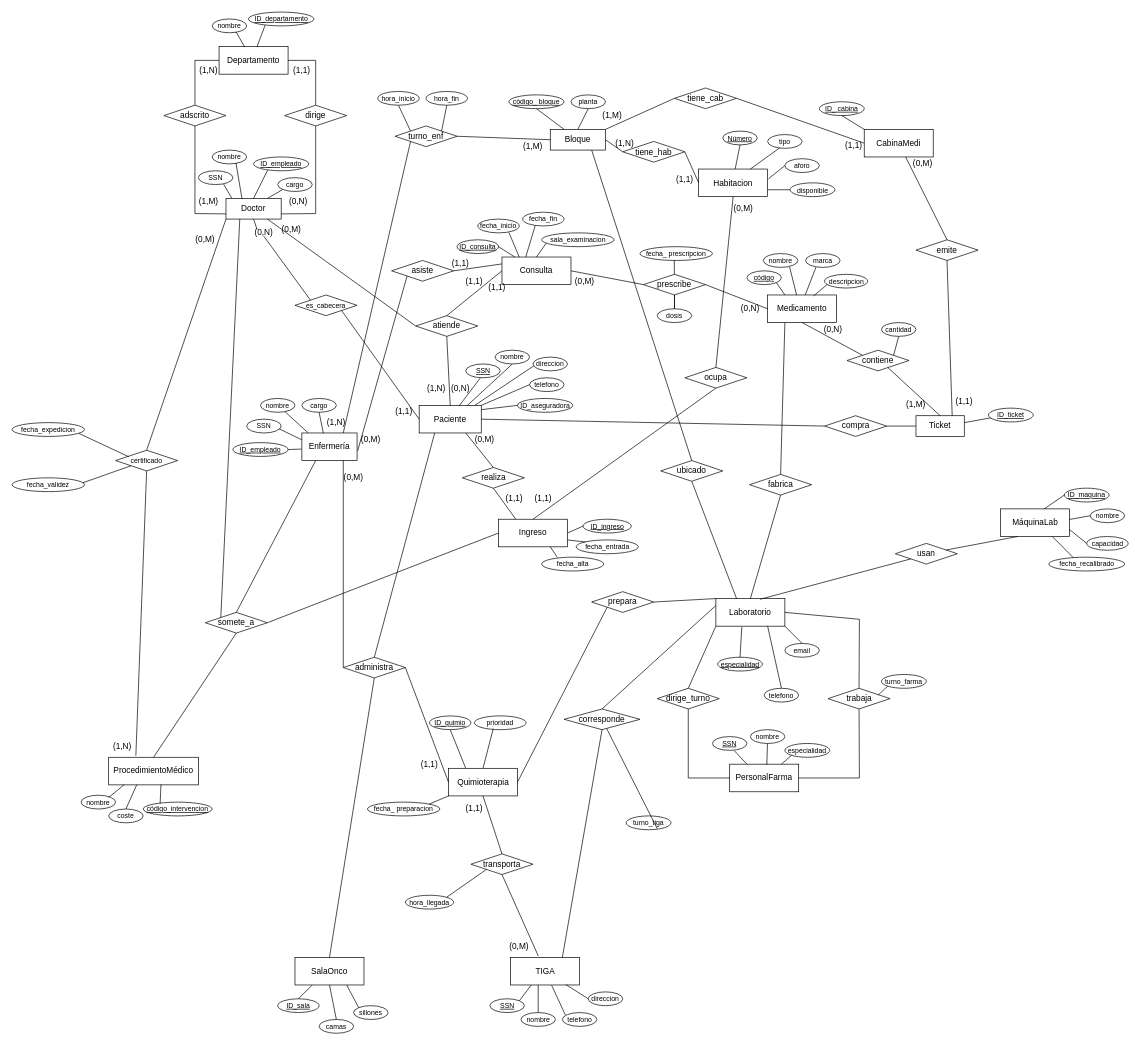
Earlier version of the draw.io diagram Práctica/Diagrma ER.drawio (wincynin/BD). Source tidied: cells renumbered, new cells numbered last; positions are measured from the earlier drawing's top-left corner, leaving out a move shared by most shapes. Both pictures are drawn from the tidied source at 69%, with x=0, y=0 at pixel (12, 12).
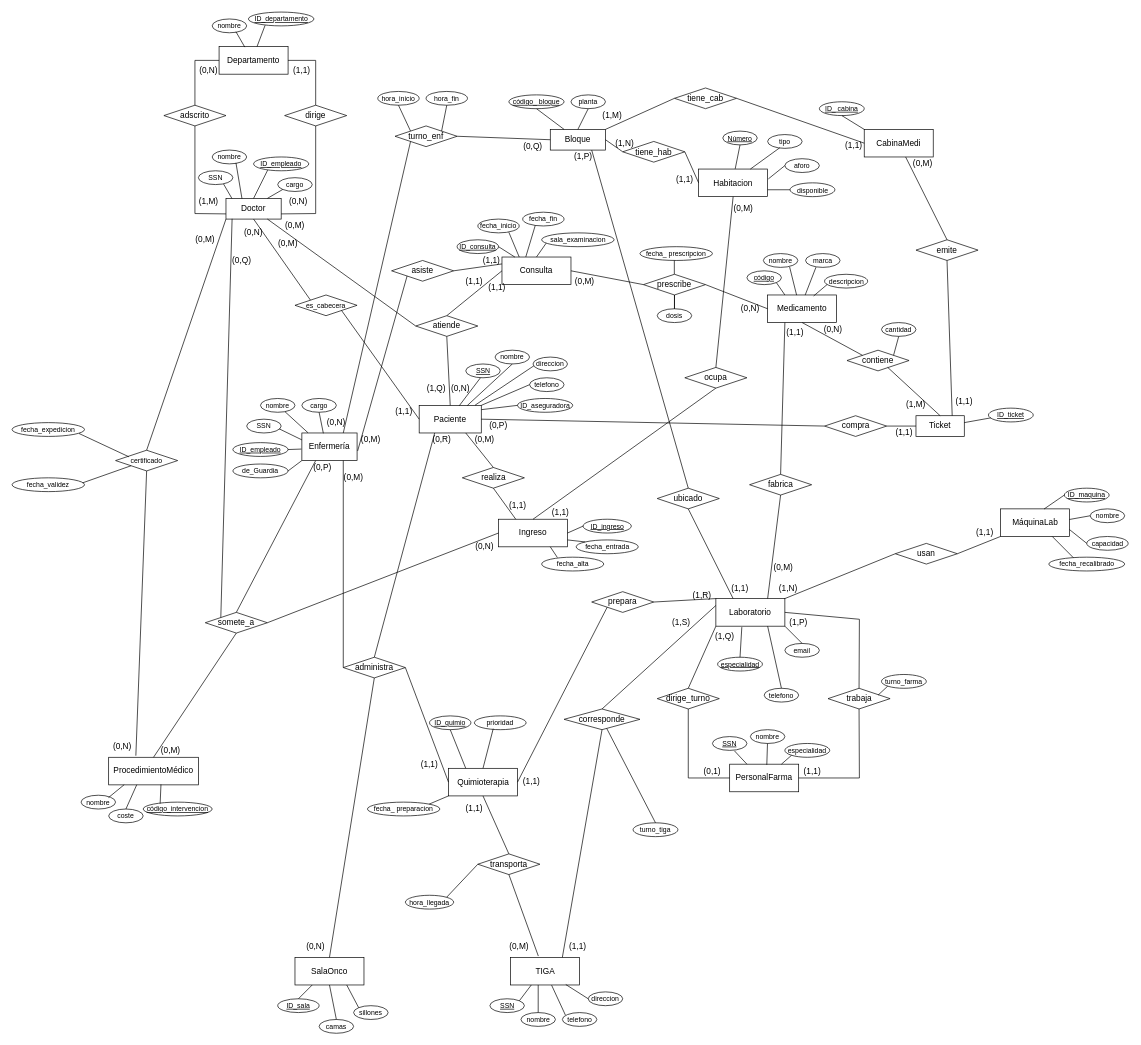
After the change.

Unchanged cells that the change refers to:
```xml
<mxCell id="2" value="Doctor" style="rounded=0;whiteSpace=wrap;html=1;" parent="1" vertex="1">
  <mxGeometry x="310" y="270" width="80" height="30" as="geometry" />
</mxCell>
<mxCell id="12" value="Laboratorio" style="rounded=0;whiteSpace=wrap;html=1;" parent="1" vertex="1">
  <mxGeometry x="1020" y="850" width="100" height="40" as="geometry" />
</mxCell>
<mxCell id="13" value="MáquinaLab" style="rounded=0;whiteSpace=wrap;html=1;" parent="1" vertex="1">
  <mxGeometry x="1432.5" y="720" width="100" height="40" as="geometry" />
</mxCell>
<mxCell id="17" value="Enfermería" style="rounded=0;whiteSpace=wrap;html=1;" parent="1" vertex="1">
  <mxGeometry x="420" y="610" width="80" height="40" as="geometry" />
</mxCell>
<mxCell id="19" value="&lt;span style=&quot;font-size: 10px;&quot;&gt;es_cabecera&lt;/span&gt;" style="rhombus;whiteSpace=wrap;html=1;" parent="1" vertex="1">
  <mxGeometry x="410" y="410" width="90" height="30" as="geometry" />
</mxCell>
<mxCell id="57" value="somete_a" style="rhombus;whiteSpace=wrap;html=1;" parent="1" vertex="1">
  <mxGeometry x="280" y="870" width="90" height="30" as="geometry" />
</mxCell>
<mxCell id="70" value="usan" style="rhombus;whiteSpace=wrap;html=1;" parent="1" vertex="1">
  <mxGeometry x="1280" y="770" width="90" height="30" as="geometry" />
</mxCell>
<mxCell id="184" value="fabrica" style="rhombus;whiteSpace=wrap;html=1;" parent="1" vertex="1">
  <mxGeometry x="1068.8" y="670" width="90" height="30" as="geometry" />
</mxCell>
<mxCell id="210" value="corresponde" style="rhombus;whiteSpace=wrap;html=1;" parent="1" vertex="1">
  <mxGeometry x="800" y="1010" width="110" height="30" as="geometry" />
</mxCell>
<mxCell id="231" value="&lt;font style=&quot;font-size: 10px;&quot;&gt;hora_llegada&lt;/font&gt;" style="ellipse;whiteSpace=wrap;html=1;" parent="1" vertex="1">
  <mxGeometry x="570" y="1280" width="70" height="20" as="geometry" />
</mxCell>
```

Change to the diagram source:
```diff
@@
+    <mxCell id="274" style="edgeStyle=orthogonalEdgeStyle;rounded=0;jettySize=auto;html=1;exitX=0.75;exitY=0;exitDx=0;exitDy=0;" parent="1" edge="1" source="12">
+      <mxGeometry relative="1" as="geometry">
+        <mxPoint x="1095.3" y="849.8" as="targetPoint" />
+      </mxGeometry>
+    </mxCell>
@@
-    <mxCell id="21" style="endArrow=none;html=1;rounded=0;entryX=0;entryY=0;entryDx=0;entryDy=0;exitX=0.5;exitY=1;exitDx=0;exitDy=0;" parent="1" edge="1" source="244" target="19">
+    <mxCell id="21" style="endArrow=none;html=1;rounded=0;entryX=0;entryY=0;entryDx=0;entryDy=0;exitX=0.5;exitY=1;exitDx=0;exitDy=0;" parent="1" edge="1" source="2" target="19">
       <mxGeometry relative="1" as="geometry" />
     </mxCell>
@@
-    <mxCell id="58" style="endArrow=none;html=1;rounded=0;exitX=0.25;exitY=1;exitDx=0;exitDy=0;entryX=0;entryY=0;entryDx=0;entryDy=0;" parent="1" edge="1" source="2" target="57">
+    <mxCell id="58" style="endArrow=none;html=1;rounded=0;exitX=0.111;exitY=0.986;exitDx=0;exitDy=0;entryX=0;entryY=0;entryDx=0;entryDy=0;exitPerimeter=0;" parent="1" edge="1" source="2" target="57">
       <mxGeometry relative="1" as="geometry" />
     </mxCell>
@@
     <mxCell id="63" value="ubicado" style="rhombus;whiteSpace=wrap;html=1;" parent="1" vertex="1">
-      <mxGeometry x="940" y="650" width="90" height="30" as="geometry" />
+      <mxGeometry x="935" y="690" width="90" height="30" as="geometry" />
     </mxCell>
@@
-    <mxCell id="65" style="endArrow=none;html=1;rounded=0;entryX=0.3;entryY=0;entryDx=0;entryDy=0;exitX=0.5;exitY=1;exitDx=0;exitDy=0;entryPerimeter=0;" parent="1" edge="1" source="63" target="12">
+    <mxCell id="65" style="endArrow=none;html=1;rounded=0;entryX=0.25;entryY=0;entryDx=0;entryDy=0;exitX=0.5;exitY=1;exitDx=0;exitDy=0;" parent="1" edge="1" source="63" target="12">
       <mxGeometry relative="1" as="geometry" />
     </mxCell>
@@
-    <mxCell id="71" style="endArrow=none;html=1;rounded=0;entryX=0.641;entryY=0.025;entryDx=0;entryDy=0;exitX=0;exitY=1;exitDx=0;exitDy=0;entryPerimeter=0;" parent="1" edge="1" source="70" target="12">
-      <mxGeometry relative="1" as="geometry" />
-    </mxCell>
-    <mxCell id="72" style="endArrow=none;html=1;rounded=0;exitX=0.25;exitY=1;exitDx=0;exitDy=0;" parent="1" edge="1" source="13" target="70">
+    <mxCell id="72" style="endArrow=none;html=1;rounded=0;entryX=1;entryY=0.5;entryDx=0;entryDy=0;exitX=0;exitY=1;exitDx=0;exitDy=0;" parent="1" edge="1" source="13" target="70">
       <mxGeometry relative="1" as="geometry" />
     </mxCell>
@@
     <mxCell id="81" value="transporta" style="rhombus;whiteSpace=wrap;html=1;" parent="1" vertex="1">
-      <mxGeometry x="665" y="1220" width="90" height="30" as="geometry" />
+      <mxGeometry x="675" y="1220" width="90" height="30" as="geometry" />
     </mxCell>
@@
-    <mxCell id="185" style="endArrow=none;html=1;rounded=0;entryX=0.5;entryY=0;entryDx=0;entryDy=0;exitX=0.5;exitY=1;exitDx=0;exitDy=0;" parent="1" edge="1" source="184" target="12">
+    <mxCell id="185" style="endArrow=none;html=1;rounded=0;entryX=0.75;entryY=0;entryDx=0;entryDy=0;exitX=0.5;exitY=1;exitDx=0;exitDy=0;" parent="1" edge="1" source="184" target="12">
       <mxGeometry relative="1" as="geometry" />
     </mxCell>
@@
     <mxCell id="213" value="&lt;font style=&quot;font-size: 10px;&quot;&gt;turno_tiga&lt;/font&gt;" style="ellipse;whiteSpace=wrap;html=1;" parent="1" vertex="1">
-      <mxGeometry x="890" y="1165" width="65" height="20" as="geometry" />
+      <mxGeometry x="900" y="1175" width="65" height="20" as="geometry" />
     </mxCell>
-    <mxCell id="214" style="endArrow=none;html=1;rounded=0;exitX=0.693;exitY=0.927;exitDx=0;exitDy=0;exitPerimeter=0;" parent="1" edge="1" source="213" target="210">
+    <mxCell id="214" style="endArrow=none;html=1;rounded=0;exitX=0.5;exitY=0;exitDx=0;exitDy=0;" parent="1" edge="1" source="213" target="210">
       <mxGeometry relative="1" as="geometry" />
     </mxCell>
@@
-    <mxCell id="232" style="endArrow=none;html=1;rounded=0;exitX=0;exitY=1;exitDx=0;exitDy=0;entryX=1;entryY=0;entryDx=0;entryDy=0;" parent="1" edge="1" source="81" target="231">
+    <mxCell id="232" style="endArrow=none;html=1;rounded=0;exitX=0;exitY=0.5;exitDx=0;exitDy=0;entryX=1;entryY=0;entryDx=0;entryDy=0;" parent="1" edge="1" source="81" target="231">
       <mxGeometry relative="1" as="geometry" />
     </mxCell>
@@
-    <mxCell id="239" value="(1,N)" style="text;html=1;whiteSpace=wrap;strokeColor=none;fillColor=none;align=center;verticalAlign=middle;rounded=0;" parent="1" vertex="1">
+    <mxCell id="239" value="(0,N)" style="text;html=1;whiteSpace=wrap;strokeColor=none;fillColor=none;align=center;verticalAlign=middle;rounded=0;" parent="1" vertex="1">
       <mxGeometry x="275" y="80" width="20" height="10" as="geometry" />
     </mxCell>
@@
-    <mxCell id="243" style="endArrow=none;html=1;rounded=0;entryX=0;entryY=0;entryDx=0;entryDy=0;exitX=0.5;exitY=1;exitDx=0;exitDy=0;" parent="1" edge="1" source="2" target="244">
-      <mxGeometry relative="1" as="geometry" />
-    </mxCell>
-    <mxCell id="244" value="(0,N)" style="text;html=1;whiteSpace=wrap;strokeColor=none;fillColor=none;align=center;verticalAlign=middle;rounded=0;" parent="1" vertex="1">
-      <mxGeometry x="355" y="315" width="20" height="10" as="geometry" />
-    </mxCell>
     <mxCell id="245" value="(0,M)" style="text;html=1;whiteSpace=wrap;strokeColor=none;fillColor=none;align=center;verticalAlign=middle;rounded=0;" parent="1" vertex="1">
-      <mxGeometry x="395" y="310" width="20" height="10" as="geometry" />
+      <mxGeometry x="400" y="305" width="20" height="10" as="geometry" />
     </mxCell>
-    <mxCell id="246" value="(1,N)" style="text;html=1;whiteSpace=wrap;strokeColor=none;fillColor=none;align=center;verticalAlign=middle;rounded=0;" parent="1" vertex="1">
+    <mxCell id="246" value="(1,Q)" style="text;html=1;whiteSpace=wrap;strokeColor=none;fillColor=none;align=center;verticalAlign=middle;rounded=0;" parent="1" vertex="1">
       <mxGeometry x="605" y="540" width="20" height="10" as="geometry" />
     </mxCell>
@@
     <mxCell id="251" value="(1,1)" style="text;html=1;whiteSpace=wrap;strokeColor=none;fillColor=none;align=center;verticalAlign=middle;rounded=0;" parent="1" vertex="1">
-      <mxGeometry x="640" y="360" width="20" height="10" as="geometry" />
+      <mxGeometry x="685" y="355" width="20" height="10" as="geometry" />
     </mxCell>
-    <mxCell id="252" value="(1,M)" style="text;html=1;whiteSpace=wrap;strokeColor=none;fillColor=none;align=center;verticalAlign=middle;rounded=0;" parent="1" vertex="1">
+    <mxCell id="252" value="(0,Q)" style="text;html=1;whiteSpace=wrap;strokeColor=none;fillColor=none;align=center;verticalAlign=middle;rounded=0;" parent="1" vertex="1">
       <mxGeometry x="745" y="190" width="20" height="10" as="geometry" />
     </mxCell>
-    <mxCell id="253" value="(1,N)" style="text;html=1;whiteSpace=wrap;strokeColor=none;fillColor=none;align=center;verticalAlign=middle;rounded=0;" parent="1" vertex="1">
+    <mxCell id="253" value="(0,N)" style="text;html=1;whiteSpace=wrap;strokeColor=none;fillColor=none;align=center;verticalAlign=middle;rounded=0;" parent="1" vertex="1">
       <mxGeometry x="460" y="590" width="20" height="10" as="geometry" />
     </mxCell>
@@
-    <mxCell id="255" value="(1,N)" style="text;html=1;whiteSpace=wrap;strokeColor=none;fillColor=none;align=center;verticalAlign=middle;rounded=0;" parent="1" vertex="1">
+    <mxCell id="255" value="(0,N)" style="text;html=1;whiteSpace=wrap;strokeColor=none;fillColor=none;align=center;verticalAlign=middle;rounded=0;" parent="1" vertex="1">
       <mxGeometry x="150" y="1060" width="20" height="10" as="geometry" />
     </mxCell>
@@
     <mxCell id="262" value="(1,1)" style="text;html=1;whiteSpace=wrap;strokeColor=none;fillColor=none;align=center;verticalAlign=middle;rounded=0;" parent="1" vertex="1">
-      <mxGeometry x="760" y="700" width="20" height="10" as="geometry" />
+      <mxGeometry x="785" y="720" width="20" height="10" as="geometry" />
     </mxCell>
@@
     <mxCell id="269" value="(1,1)" style="text;html=1;whiteSpace=wrap;strokeColor=none;fillColor=none;align=center;verticalAlign=middle;rounded=0;" parent="1" vertex="1">
-      <mxGeometry x="717.5" y="700" width="20" height="10" as="geometry" />
+      <mxGeometry x="722.5" y="710" width="20" height="10" as="geometry" />
     </mxCell>
@@
+    <mxCell id="275" value="&lt;span style=&quot;font-size: 10px;&quot;&gt;de_Guardia&lt;/span&gt;" style="ellipse;whiteSpace=wrap;html=1;" parent="1" vertex="1">
+      <mxGeometry x="320" y="655" width="80" height="20" as="geometry" />
+    </mxCell>
+    <mxCell id="276" style="endArrow=none;html=1;rounded=0;exitX=0;exitY=1;exitDx=0;exitDy=0;entryX=1;entryY=0.5;entryDx=0;entryDy=0;" parent="1" edge="1" source="17" target="275">
+      <mxGeometry relative="1" as="geometry" />
+    </mxCell>
+    <mxCell id="277" value="(0,N)" style="text;html=1;whiteSpace=wrap;strokeColor=none;fillColor=none;align=center;verticalAlign=middle;rounded=0;" parent="1" vertex="1">
+      <mxGeometry x="340" y="315" width="20" height="10" as="geometry" />
+    </mxCell>
+    <mxCell id="278" value="(0,M)" style="text;html=1;whiteSpace=wrap;strokeColor=none;fillColor=none;align=center;verticalAlign=middle;rounded=0;" parent="1" vertex="1">
+      <mxGeometry x="390" y="330" width="20" height="10" as="geometry" />
+    </mxCell>
+    <mxCell id="71" style="endArrow=none;html=1;rounded=0;entryX=1;entryY=0;entryDx=0;entryDy=0;exitX=0;exitY=0.5;exitDx=0;exitDy=0;" parent="1" edge="1" source="70" target="12">
+      <mxGeometry relative="1" as="geometry" />
+    </mxCell>
+    <mxCell id="279" value="(1,1)" style="text;html=1;whiteSpace=wrap;strokeColor=none;fillColor=none;align=center;verticalAlign=middle;rounded=0;" parent="1" vertex="1">
+      <mxGeometry x="1045" y="830" width="20" height="10" as="geometry" />
+    </mxCell>
+    <mxCell id="280" value="(1,P)" style="text;html=1;whiteSpace=wrap;strokeColor=none;fillColor=none;align=center;verticalAlign=middle;rounded=0;" parent="1" vertex="1">
+      <mxGeometry x="817.5" y="205" width="20" height="10" as="geometry" />
+    </mxCell>
+    <mxCell id="281" value="(0,N)" style="text;html=1;whiteSpace=wrap;strokeColor=none;fillColor=none;align=center;verticalAlign=middle;rounded=0;" parent="1" vertex="1">
+      <mxGeometry x="675" y="770" width="20" height="10" as="geometry" />
+    </mxCell>
+    <mxCell id="282" value="(0,M)" style="text;html=1;whiteSpace=wrap;strokeColor=none;fillColor=none;align=center;verticalAlign=middle;rounded=0;" parent="1" vertex="1">
+      <mxGeometry x="220" y="1065" width="20" height="10" as="geometry" />
+    </mxCell>
+    <mxCell id="283" value="(0,P&lt;span style=&quot;background-color: transparent; color: light-dark(rgb(0, 0, 0), rgb(255, 255, 255));&quot;&gt;)&lt;/span&gt;" style="text;html=1;whiteSpace=wrap;strokeColor=none;fillColor=none;align=center;verticalAlign=middle;rounded=0;" parent="1" vertex="1">
+      <mxGeometry x="440" y="655" width="20" height="10" as="geometry" />
+    </mxCell>
+    <mxCell id="284" value="(0,Q&lt;span style=&quot;background-color: transparent; color: light-dark(rgb(0, 0, 0), rgb(255, 255, 255));&quot;&gt;)&lt;/span&gt;" style="text;html=1;whiteSpace=wrap;strokeColor=none;fillColor=none;align=center;verticalAlign=middle;rounded=0;" parent="1" vertex="1">
+      <mxGeometry x="322.5" y="355" width="20" height="10" as="geometry" />
+    </mxCell>
+    <mxCell id="285" value="(1,1)" style="text;html=1;whiteSpace=wrap;strokeColor=none;fillColor=none;align=center;verticalAlign=middle;rounded=0;" parent="1" vertex="1">
+      <mxGeometry x="1400" y="750" width="20" height="10" as="geometry" />
+    </mxCell>
+    <mxCell id="286" value="(1,N)" style="text;html=1;whiteSpace=wrap;strokeColor=none;fillColor=none;align=center;verticalAlign=middle;rounded=0;" parent="1" vertex="1">
+      <mxGeometry x="1115" y="830" width="20" height="10" as="geometry" />
+    </mxCell>
+    <mxCell id="287" value="(0,P)" style="text;html=1;whiteSpace=wrap;strokeColor=none;fillColor=none;align=center;verticalAlign=middle;rounded=0;" parent="1" vertex="1">
+      <mxGeometry x="695" y="594" width="20" height="10" as="geometry" />
+    </mxCell>
+    <mxCell id="288" value="(1,1)" style="text;html=1;whiteSpace=wrap;strokeColor=none;fillColor=none;align=center;verticalAlign=middle;rounded=0;" parent="1" vertex="1">
+      <mxGeometry x="1282.5" y="604" width="20" height="10" as="geometry" />
+    </mxCell>
+    <mxCell id="289" value="(0,M)" style="text;html=1;whiteSpace=wrap;strokeColor=none;fillColor=none;align=center;verticalAlign=middle;rounded=0;" parent="1" vertex="1">
+      <mxGeometry x="1107.5" y="800" width="20" height="10" as="geometry" />
+    </mxCell>
+    <mxCell id="290" value="(1,1)" style="text;html=1;whiteSpace=wrap;strokeColor=none;fillColor=none;align=center;verticalAlign=middle;rounded=0;" parent="1" vertex="1">
+      <mxGeometry x="1125" y="460" width="20" height="10" as="geometry" />
+    </mxCell>
+    <mxCell id="291" value="(1,1)" style="text;html=1;whiteSpace=wrap;strokeColor=none;fillColor=none;align=center;verticalAlign=middle;rounded=0;" parent="1" vertex="1">
+      <mxGeometry x="1150" y="1096" width="20" height="10" as="geometry" />
+    </mxCell>
+    <mxCell id="292" value="(1,P)" style="text;html=1;whiteSpace=wrap;strokeColor=none;fillColor=none;align=center;verticalAlign=middle;rounded=0;" parent="1" vertex="1">
+      <mxGeometry x="1130" y="880" width="20" height="10" as="geometry" />
+    </mxCell>
+    <mxCell id="293" value="(0,1)" style="text;html=1;whiteSpace=wrap;strokeColor=none;fillColor=none;align=center;verticalAlign=middle;rounded=0;" parent="1" vertex="1">
+      <mxGeometry x="1005" y="1096" width="20" height="10" as="geometry" />
+    </mxCell>
+    <mxCell id="294" value="(1,Q)" style="text;html=1;whiteSpace=wrap;strokeColor=none;fillColor=none;align=center;verticalAlign=middle;rounded=0;" parent="1" vertex="1">
+      <mxGeometry x="1022.5" y="900" width="20" height="10" as="geometry" />
+    </mxCell>
+    <mxCell id="295" value="(0,N)" style="text;html=1;whiteSpace=wrap;strokeColor=none;fillColor=none;align=center;verticalAlign=middle;rounded=0;" parent="1" vertex="1">
+      <mxGeometry x="430" y="1350" width="20" height="10" as="geometry" />
+    </mxCell>
+    <mxCell id="296" value="(0,R)" style="text;html=1;whiteSpace=wrap;strokeColor=none;fillColor=none;align=center;verticalAlign=middle;rounded=0;" parent="1" vertex="1">
+      <mxGeometry x="612.5" y="615" width="20" height="10" as="geometry" />
+    </mxCell>
+    <mxCell id="297" value="(1,1)" style="text;html=1;whiteSpace=wrap;strokeColor=none;fillColor=none;align=center;verticalAlign=middle;rounded=0;" parent="1" vertex="1">
+      <mxGeometry x="742.5" y="1110" width="20" height="10" as="geometry" />
+    </mxCell>
+    <mxCell id="298" value="(1,R)" style="text;html=1;whiteSpace=wrap;strokeColor=none;fillColor=none;align=center;verticalAlign=middle;rounded=0;" parent="1" vertex="1">
+      <mxGeometry x="990" y="840" width="20" height="10" as="geometry" />
+    </mxCell>
+    <mxCell id="299" value="(1,1)" style="text;html=1;whiteSpace=wrap;strokeColor=none;fillColor=none;align=center;verticalAlign=middle;rounded=0;" parent="1" vertex="1">
+      <mxGeometry x="810" y="1350" width="20" height="10" as="geometry" />
+    </mxCell>
+    <mxCell id="300" value="(1,S)" style="text;html=1;whiteSpace=wrap;strokeColor=none;fillColor=none;align=center;verticalAlign=middle;rounded=0;" parent="1" vertex="1">
+      <mxGeometry x="960" y="880" width="20" height="10" as="geometry" />
+    </mxCell>
```
